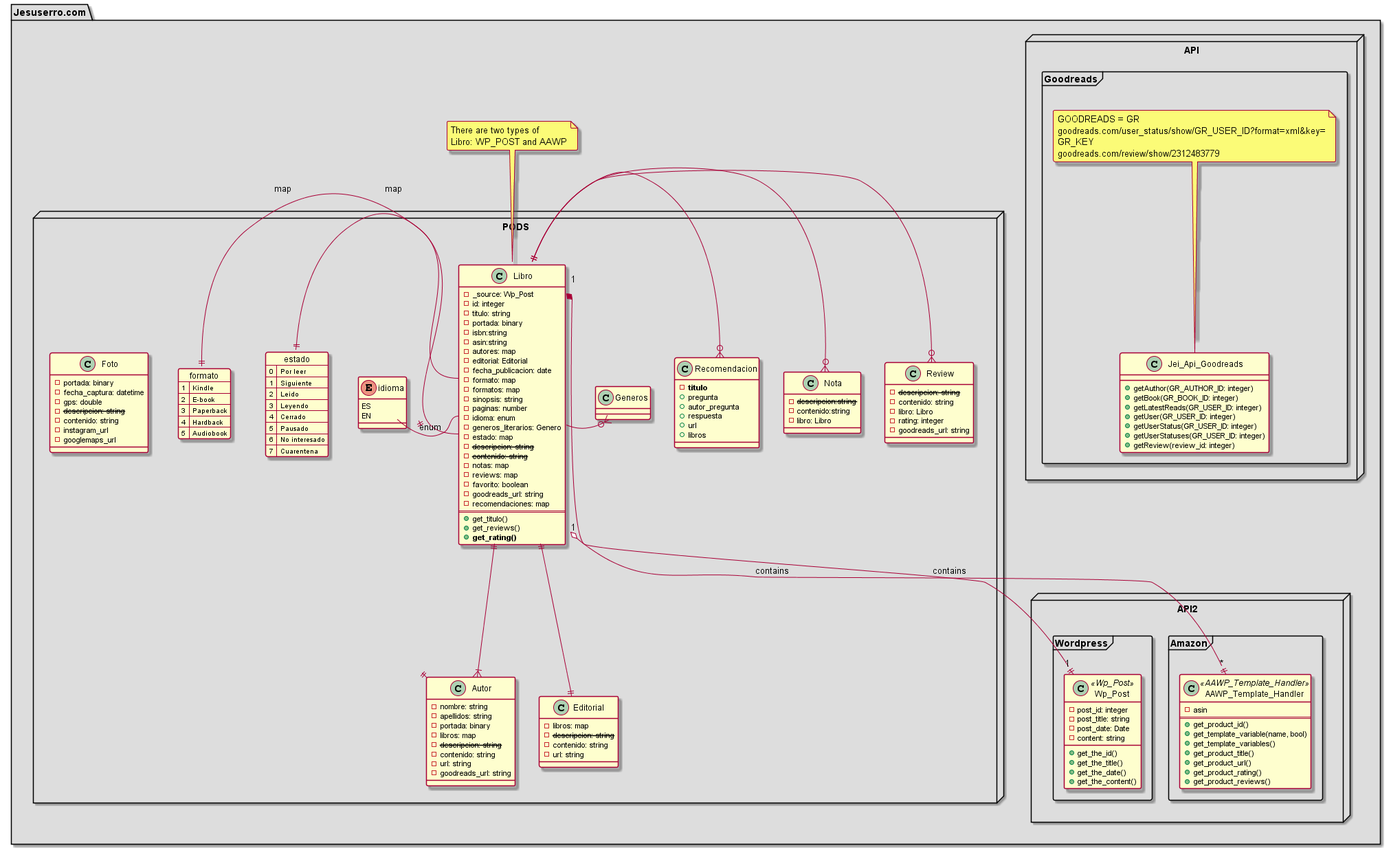
This is docs/diagrams/out/app.png from libricos-com/libricos, a PlantUML export, as it was before one commit.
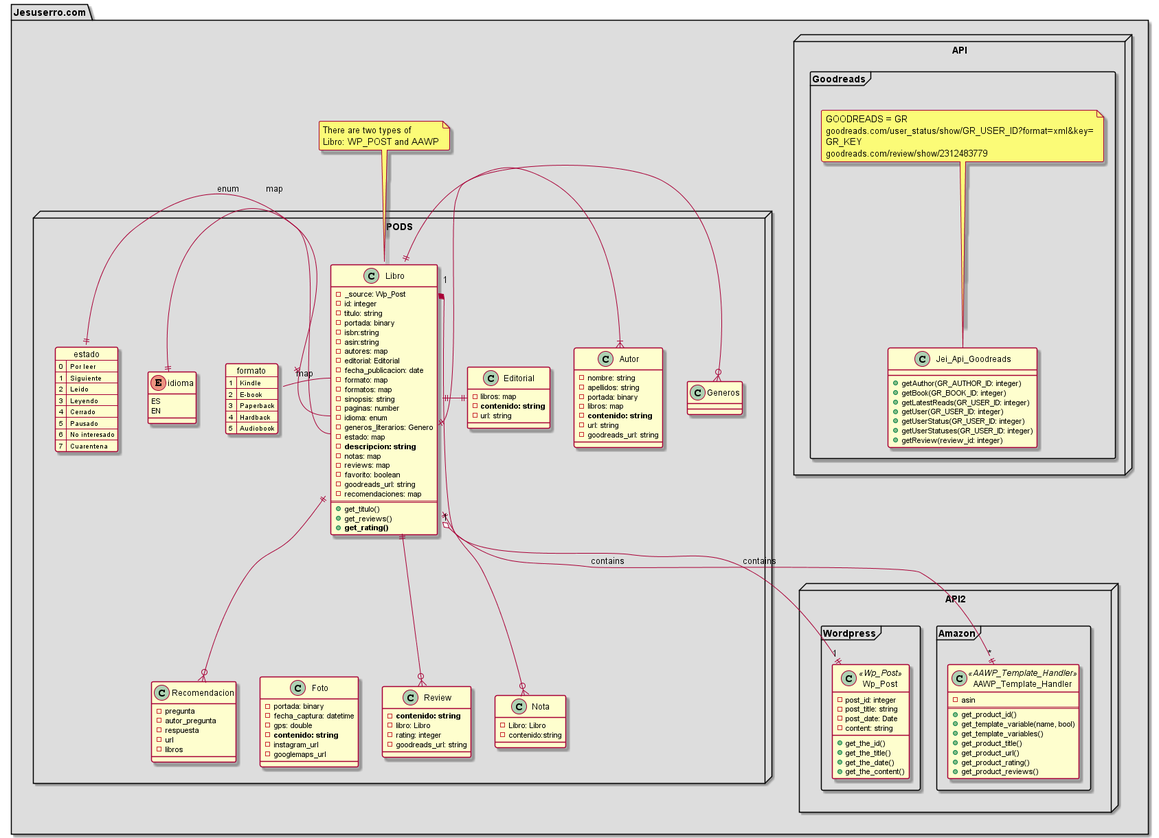
After the change.

Commit message:
docs(UML) Updated app diagram

What changed in the source:
```diff
@@ -52,8 +52,7 @@
             - idioma: enum
             - generos_literarios: Genero
             - estado: map
-            - <strike>descripcion: string</strike>
-            - <strike>contenido: string</strike>
+            - <b>descripcion: string</b>
             - notas: map
             - reviews: map
             - favorito: boolean
@@ -66,17 +65,15 @@
         }
 
         class Review {
-            - <strike>descripcion: string</strike>
-            - contenido: string
+            - <b>contenido: string</b>
             - libro: Libro
             - rating: integer
             - goodreads_url: string
         }
 
         class Nota {
-            - <strike>descripcion:string</strike>
+            - Libro: Libro
             - contenido:string
-            - libro: Libro
         }
 
         class Autor{
@@ -84,34 +81,30 @@
             - apellidos: string
             - portada: binary
             - libros: map
-            - <strike>descripcion: string</strike>
-            - contenido: string
+            - <b>contenido: string</b>
             - url: string
             - goodreads_url: string
         }
 
         class Editorial{
             - libros: map
-            - <strike>descripcion: string</strike>
-            - contenido: string
+            - <b>contenido: string</b>
             - url: string
         }
 
         class Recomendacion {
-            - <b>titulo</b>
-            + pregunta
-            + autor_pregunta
-            + respuesta
-            + url
-            + libros
+            - pregunta
+            - autor_pregunta
+            - respuesta
+            - url
+            - libros
         }
 
         class Foto{
             - portada: binary
             - fecha_captura: datetime
             - gps: double
-            - <strike>descripcion: string</strike>
-            - contenido: string
+            - <b>contenido: string</b>
             - instagram_url
             - googlemaps_url
         }
@@ -125,15 +118,16 @@
         There are two types of
         Libro: WP_POST and AAWP
     end note
-    Libro ||-o{ Review
-    Libro ||-o{ Nota
-    Libro ||-o{ Recomendacion
-    Libro ||--down|{ Autor
-    Libro ||--down|| Editorial
-    Libro::estado --left|| estado : map
-    Libro::formato --left|| formato : map
-    Libro::idioma --left|| idioma : enum
+    Libro ||--o{ Review
+    Libro ||--o{ Nota
+    Libro ||-down|{ Autor
+    Libro ||-down|| Editorial
+    Libro::estado -left|| estado : map
+    Libro::formato -left|| formato : map
+    Libro::idioma -left|| idioma : enum
     Libro::generos_literarios ||-o{ Generos
+    Libro ||--o{ Recomendacion
+    Libro --[hidden] Foto
 
     PODS -[hidden] Api_node2
 
```
